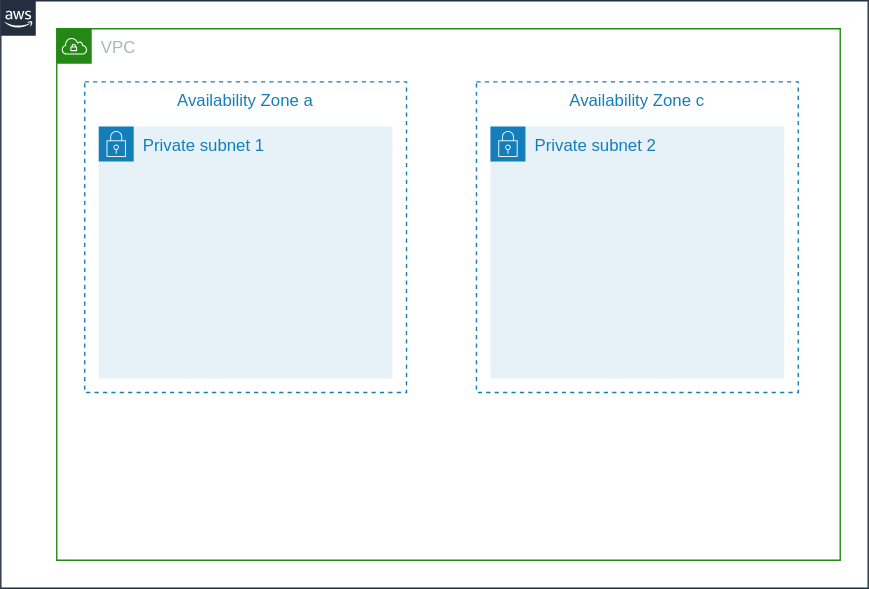
Before: vpc-private/img/architecture.drawio.svg, a diagram exported from draw.io (bioerrorlog/terraform-examples). Source tidied: cells renumbered, new cells last; positions are measured from the earlier drawing's top-left corner, leaving out a move shared by most shapes.
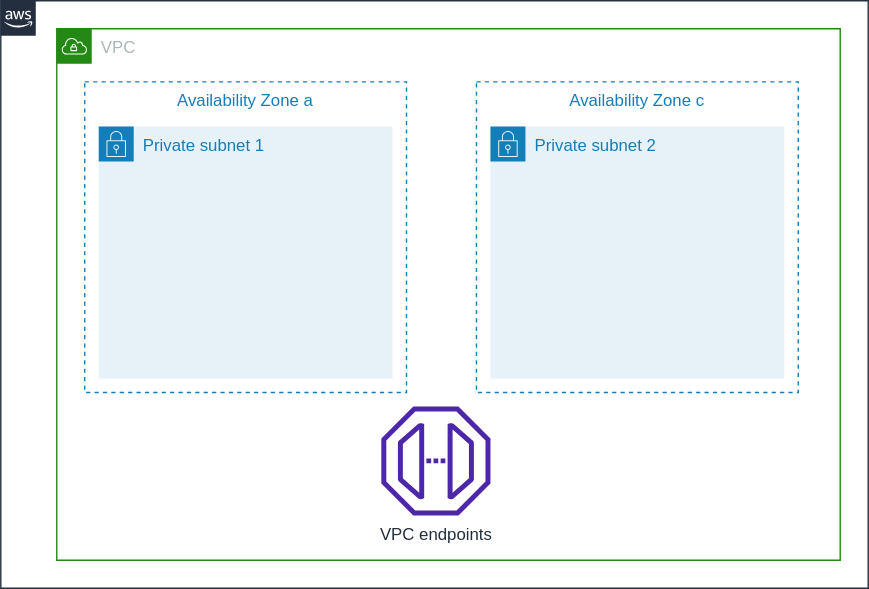
After the commit.

What changed in the source:
```diff
@@ -20,5 +20,8 @@
     <mxCell id="7" value="Private subnet 2" style="gradientColor=none;html=1;whiteSpace=wrap;fontSize=12;fontStyle=0;shape=mxgraph.aws4.group;grIcon=mxgraph.aws4.group_security_group;grStroke=0;strokeColor=#147EBA;fillColor=#E6F2F8;verticalAlign=top;align=left;spacingLeft=30;fontColor=#147EBA;dashed=0;" parent="3" vertex="1">
       <mxGeometry x="310" y="70" width="210" height="180" as="geometry" />
     </mxCell>
+    <mxCell id="8" value="VPC endpoints" style="sketch=0;fontColor=#232F3E;gradientColor=none;fillColor=#4D27AA;strokeColor=none;dashed=0;verticalLabelPosition=bottom;verticalAlign=top;align=center;html=1;fontSize=12;fontStyle=0;shape=mxgraph.aws4.endpoint;" parent="3" vertex="1">
+      <mxGeometry x="232" y="270" width="78" height="78" as="geometry" />
+    </mxCell>
   </root>
 </mxGraphModel>
```
